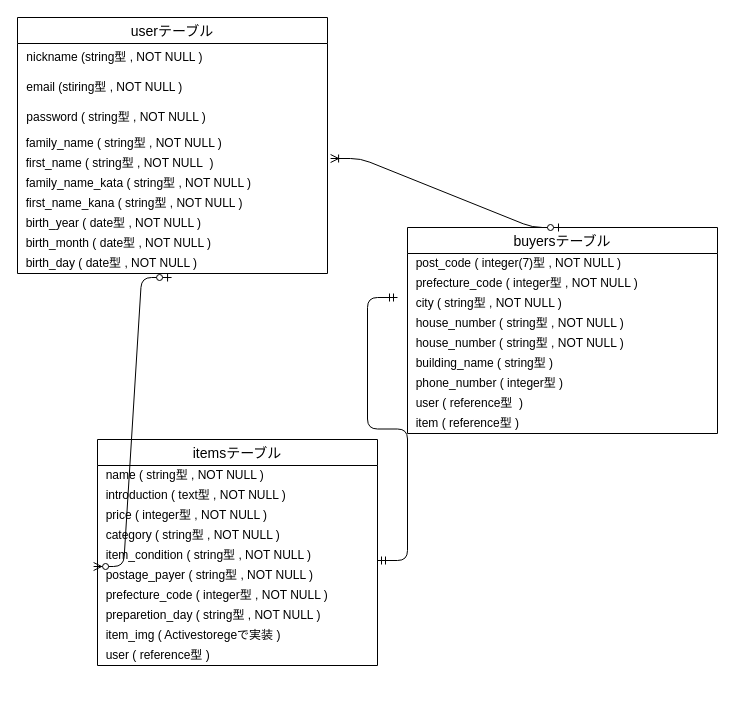
Earlier version of the draw.io diagram er.dio (keishimatoba/furima-32085). Source tidied: cells renumbered, new cells numbered last; positions are measured from the earlier drawing's top-left corner, leaving out a move shared by most shapes. Both pictures are drawn from the tidied source at 100%, with x=0, y=0 at pixel (17, 17).
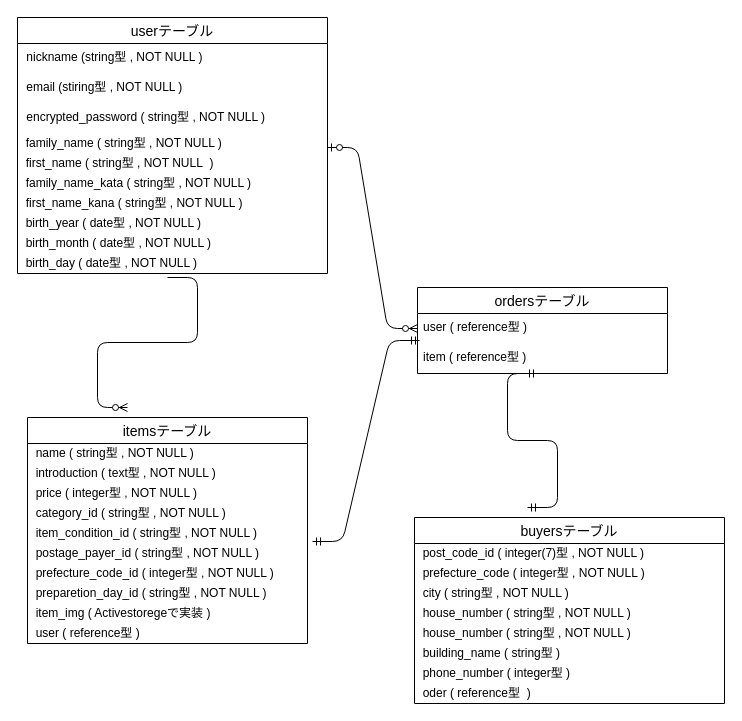
The same diagram, later.

Unchanged cells that the change refers to:
```xml
<mxCell id="2" value="userテーブル" style="swimlane;fontStyle=0;horizontal=1;startSize=26;align=center;fontSize=14;" parent="1" vertex="1">
  <mxGeometry width="310" height="256" as="geometry" />
</mxCell>
<mxCell id="7" value="&amp;nbsp; first_name ( string型 , NOT NULL&amp;nbsp; )" style="text;html=1;align=left;verticalAlign=middle;points=[];fillColor=none;strokeColor=none;rounded=0;" parent="2" vertex="1">
  <mxGeometry y="136" width="310" height="20" as="geometry" />
</mxCell>
<mxCell id="12" value="&amp;nbsp; birth_day ( date型 , NOT NULL )" style="text;html=1;align=left;verticalAlign=middle;points=[];fillColor=none;strokeColor=none;rounded=0;" parent="2" vertex="1">
  <mxGeometry y="236" width="310" height="20" as="geometry" />
</mxCell>
```

Change to the diagram source:
```diff
@@
-    <mxCell id="5" value=" password ( string型 , NOT NULL )" style="text;strokeColor=none;fillColor=none;spacingLeft=4;spacingRight=4;overflow=hidden;fontSize=12;" parent="2" vertex="1">
+    <mxCell id="5" value=" encrypted_password ( string型 , NOT NULL )" style="text;strokeColor=none;fillColor=none;spacingLeft=4;spacingRight=4;overflow=hidden;fontSize=12;" parent="2" vertex="1">
       <mxGeometry y="86" width="310" height="30" as="geometry" />
     </mxCell>
@@
     <mxCell id="13" value="itemsテーブル" style="swimlane;fontStyle=0;horizontal=1;startSize=26;align=center;fontSize=14;" parent="1" vertex="1">
-      <mxGeometry x="80" y="422" width="280" height="226" as="geometry" />
+      <mxGeometry x="10" y="400" width="280" height="226" as="geometry" />
     </mxCell>
@@
-    <mxCell id="17" value="&amp;nbsp; category ( string型 , NOT NULL )" style="text;html=1;align=left;verticalAlign=middle;fillColor=none;strokeColor=none;rounded=0;" parent="13" vertex="1">
+    <mxCell id="17" value="&amp;nbsp; category_id ( string型 , NOT NULL )" style="text;html=1;align=left;verticalAlign=middle;fillColor=none;strokeColor=none;rounded=0;" parent="13" vertex="1">
       <mxGeometry y="86" width="280" height="20" as="geometry" />
     </mxCell>
-    <mxCell id="18" value="&amp;nbsp; item_condition ( string型 , NOT NULL )" style="text;html=1;align=left;verticalAlign=middle;fillColor=none;strokeColor=none;rounded=0;" parent="13" vertex="1">
+    <mxCell id="18" value="&amp;nbsp; item_condition_id ( string型 , NOT NULL )" style="text;html=1;align=left;verticalAlign=middle;fillColor=none;strokeColor=none;rounded=0;" parent="13" vertex="1">
       <mxGeometry y="106" width="280" height="20" as="geometry" />
     </mxCell>
-    <mxCell id="19" value="&amp;nbsp; postage_payer ( string型 , NOT NULL )" style="text;html=1;align=left;verticalAlign=middle;points=[];fillColor=none;strokeColor=none;rounded=0;" parent="13" vertex="1">
+    <mxCell id="19" value="&amp;nbsp; postage_payer_id ( string型 , NOT NULL )" style="text;html=1;align=left;verticalAlign=middle;points=[];fillColor=none;strokeColor=none;rounded=0;" parent="13" vertex="1">
       <mxGeometry y="126" width="280" height="20" as="geometry" />
     </mxCell>
-    <mxCell id="20" value="&amp;nbsp; prefecture_code ( integer型 , NOT NULL )" style="text;html=1;align=left;verticalAlign=middle;fillColor=none;strokeColor=none;rounded=0;" parent="13" vertex="1">
+    <mxCell id="20" value="&amp;nbsp; prefecture_code_id ( integer型 , NOT NULL )" style="text;html=1;align=left;verticalAlign=middle;fillColor=none;strokeColor=none;rounded=0;" parent="13" vertex="1">
       <mxGeometry y="146" width="280" height="20" as="geometry" />
     </mxCell>
-    <mxCell id="21" value="&amp;nbsp; preparetion_day ( string型 , NOT NULL )" style="text;html=1;align=left;verticalAlign=middle;fillColor=none;strokeColor=none;rounded=0;" parent="13" vertex="1">
+    <mxCell id="21" value="&amp;nbsp; preparetion_day_id ( string型 , NOT NULL )" style="text;html=1;align=left;verticalAlign=middle;fillColor=none;strokeColor=none;rounded=0;" parent="13" vertex="1">
       <mxGeometry y="166" width="280" height="20" as="geometry" />
     </mxCell>
@@
-    <mxCell id="24" style="edgeStyle=entityRelationEdgeStyle;fontSize=12;html=1;endArrow=ERzeroToMany;startArrow=ERzeroToOne;exitX=0.497;exitY=1.2;exitDx=0;exitDy=0;exitPerimeter=0;entryX=-0.014;entryY=0.05;entryDx=0;entryDy=0;entryPerimeter=0;" parent="1" edge="1" source="12" target="19">
-      <mxGeometry relative="1" as="geometry" />
-    </mxCell>
-    <mxCell id="25" style="edgeStyle=entityRelationEdgeStyle;fontSize=12;html=1;endArrow=ERmandOne;startArrow=ERmandOne;exitX=1;exitY=-0.25;exitDx=0;exitDy=0;exitPerimeter=0;" parent="1" edge="1" source="19">
-      <mxGeometry relative="1" as="geometry">
-        <mxPoint x="380" y="280" as="targetPoint" />
-      </mxGeometry>
-    </mxCell>
     <mxCell id="26" value="buyersテーブル" style="swimlane;fontStyle=0;horizontal=1;startSize=26;align=center;fontSize=14;" parent="1" vertex="1">
-      <mxGeometry x="390" y="210" width="310" height="206" as="geometry" />
+      <mxGeometry x="397" y="500" width="310" height="186" as="geometry" />
     </mxCell>
-    <mxCell id="27" value="&amp;nbsp; post_code ( integer(7)型 , NOT NULL )" style="text;html=1;align=left;verticalAlign=middle;fillColor=none;strokeColor=none;rounded=0;" parent="26" vertex="1">
+    <mxCell id="27" value="&amp;nbsp; post_code_id ( integer(7)型 , NOT NULL )" style="text;html=1;align=left;verticalAlign=middle;fillColor=none;strokeColor=none;rounded=0;" parent="26" vertex="1">
       <mxGeometry y="26" width="310" height="20" as="geometry" />
     </mxCell>
@@
-    <mxCell id="34" value="&amp;nbsp; user ( reference型&amp;nbsp; )" style="text;html=1;align=left;verticalAlign=middle;fillColor=none;strokeColor=none;rounded=0;" parent="26" vertex="1">
+    <mxCell id="34" value="&amp;nbsp; oder ( reference型&amp;nbsp; )" style="text;html=1;align=left;verticalAlign=middle;fillColor=none;strokeColor=none;rounded=0;" parent="26" vertex="1">
       <mxGeometry y="166" width="310" height="20" as="geometry" />
     </mxCell>
+    <mxCell id="37" value="ordersテーブル" style="swimlane;fontStyle=0;horizontal=1;startSize=26;align=center;fontSize=14;" parent="1" vertex="1">
+      <mxGeometry x="400" y="270" width="250" height="86" as="geometry" />
+    </mxCell>
+    <mxCell id="38" value="user ( reference型 )" style="text;strokeColor=none;fillColor=none;spacingLeft=4;spacingRight=4;overflow=hidden;points=[[0,0.5],[1,0.5]];portConstraint=eastwest;fontSize=12;" parent="37" vertex="1">
+      <mxGeometry y="26" width="250" height="30" as="geometry" />
+    </mxCell>
-    <mxCell id="35" value="&amp;nbsp; item ( reference型 )" style="text;html=1;align=left;verticalAlign=middle;fillColor=none;strokeColor=none;rounded=0;" parent="26" vertex="1">
-      <mxGeometry y="186" width="310" height="20" as="geometry" />
+    <mxCell id="35" value="item ( reference型 )" style="text;strokeColor=none;fillColor=none;spacingLeft=4;spacingRight=4;overflow=hidden;fontSize=12;" parent="37" vertex="1">
+      <mxGeometry y="56" width="250" height="30" as="geometry" />
     </mxCell>
-    <mxCell id="36" style="edgeStyle=entityRelationEdgeStyle;fontSize=12;html=1;endArrow=ERoneToMany;startArrow=ERzeroToOne;entryX=1.01;entryY=0.25;entryDx=0;entryDy=0;entryPerimeter=0;exitX=0.5;exitY=0;exitDx=0;exitDy=0;" parent="1" edge="1" source="26" target="7">
-      <mxGeometry relative="1" as="geometry" />
-    </mxCell>
+    <mxCell id="39" style="edgeStyle=entityRelationEdgeStyle;fontSize=12;html=1;endArrow=ERzeroToMany;endFill=1;" parent="1" edge="1">
+      <mxGeometry relative="1" as="geometry">
+        <mxPoint x="150" y="260" as="sourcePoint" />
+        <mxPoint x="110" y="390" as="targetPoint" />
+      </mxGeometry>
+    </mxCell>
+    <mxCell id="40" style="edgeStyle=entityRelationEdgeStyle;fontSize=12;html=1;endArrow=ERmandOne;startArrow=ERmandOne;exitX=1.018;exitY=-0.1;exitDx=0;exitDy=0;exitPerimeter=0;entryX=0.008;entryY=0.9;entryDx=0;entryDy=0;entryPerimeter=0;" parent="1" edge="1" source="19" target="38">
+      <mxGeometry relative="1" as="geometry" />
+    </mxCell>
+    <mxCell id="41" style="edgeStyle=entityRelationEdgeStyle;fontSize=12;html=1;endArrow=ERzeroToMany;startArrow=ERzeroToOne;entryX=0;entryY=0.5;entryDx=0;entryDy=0;" parent="1" edge="1" target="38">
+      <mxGeometry relative="1" as="geometry">
+        <mxPoint x="310" y="130" as="sourcePoint" />
+      </mxGeometry>
+    </mxCell>
+    <mxCell id="42" style="edgeStyle=entityRelationEdgeStyle;fontSize=12;html=1;endArrow=ERmandOne;startArrow=ERmandOne;" parent="1" edge="1">
+      <mxGeometry relative="1" as="geometry">
+        <mxPoint x="510" y="490" as="sourcePoint" />
+        <mxPoint x="520" y="356" as="targetPoint" />
+      </mxGeometry>
+    </mxCell>
```
